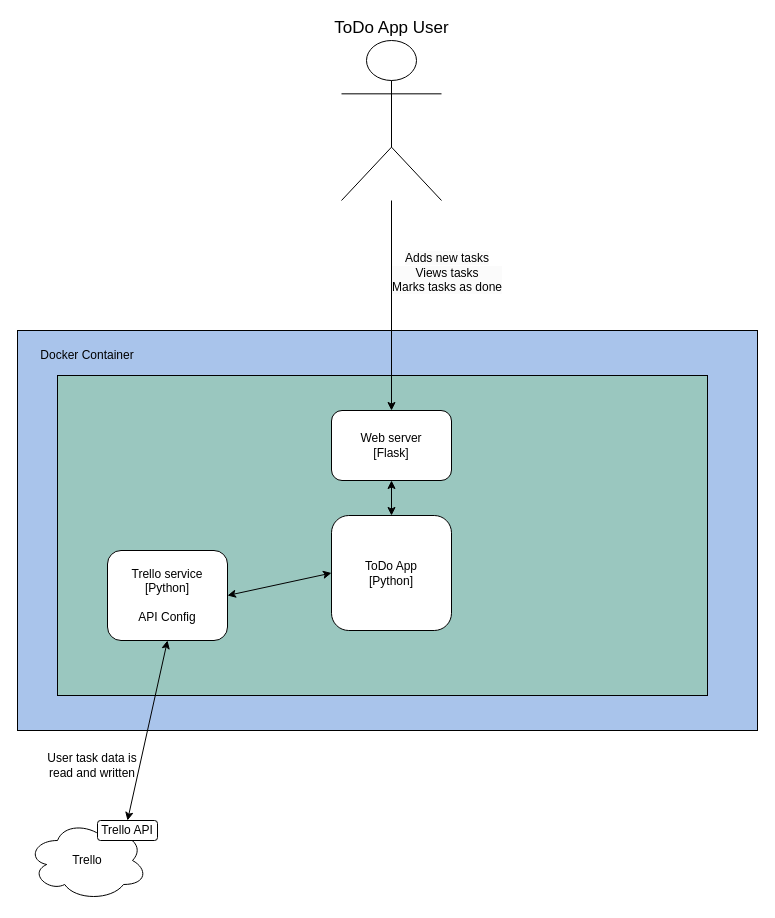
Above: Container Diagram.drawio in AliThomson/DevOps-Course-Starter (draw.io), before the change. Source tidied: cells renumbered, new cells numbered last; positions are measured from the earlier drawing's top-left corner, leaving out a move shared by most shapes. Both pictures are drawn from the tidied source at 100%, with x=0, y=0 at pixel (17, 40).
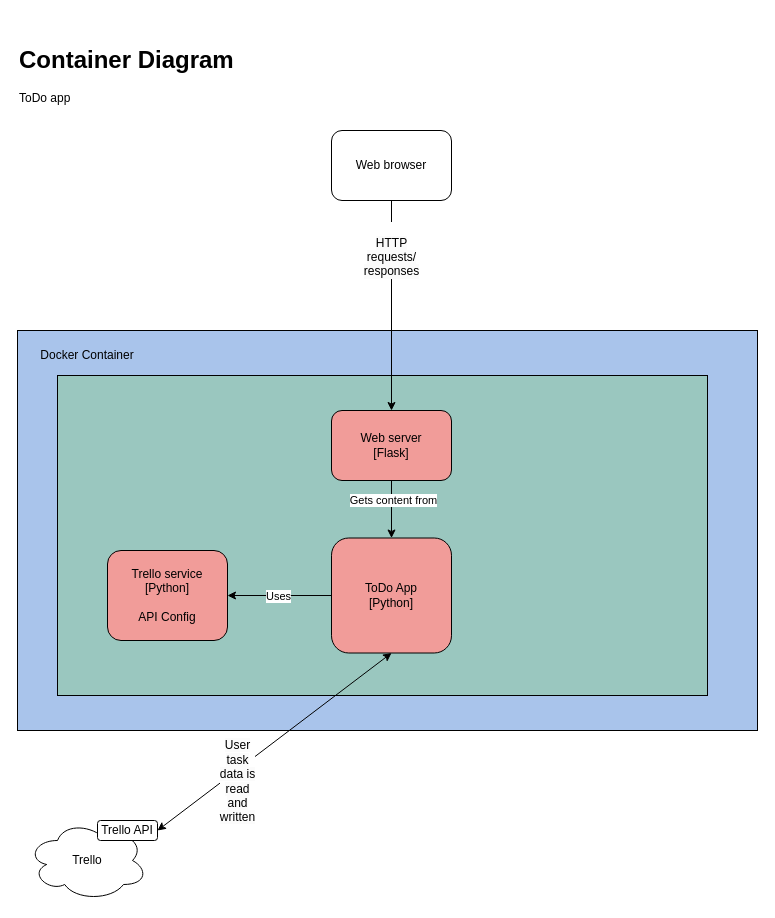
Above is the later version.

Unchanged cells that the change refers to:
```xml
<mxCell id="9" value="Trello API" style="rounded=1;whiteSpace=wrap;html=1;" parent="1" vertex="1">
  <mxGeometry x="80" y="780" width="60" height="20" as="geometry" />
</mxCell>
```

The edit, as a diff of the source:
```diff
@@
-    <mxCell id="4" value="Web server&lt;div&gt;[Flask]&lt;/div&gt;" style="rounded=1;whiteSpace=wrap;html=1;fontSize=12;glass=0;strokeWidth=1;shadow=0;" parent="1" vertex="1">
+    <mxCell id="4" value="Web server&lt;div&gt;[Flask]&lt;/div&gt;" style="rounded=1;whiteSpace=wrap;html=1;fontSize=12;glass=0;strokeWidth=1;shadow=0;fillColor=#F19C99;" parent="1" vertex="1">
       <mxGeometry x="314" y="370" width="120" height="70" as="geometry" />
     </mxCell>
@@
-    <mxCell id="6" value="Trello service&lt;div&gt;[Python]&lt;/div&gt;&lt;div&gt;&lt;br&gt;&lt;/div&gt;&lt;div&gt;API Config&lt;/div&gt;" style="rounded=1;whiteSpace=wrap;html=1;" parent="1" vertex="1">
+    <mxCell id="6" value="Trello service&lt;div&gt;[Python]&lt;/div&gt;&lt;div&gt;&lt;br&gt;&lt;/div&gt;&lt;div&gt;API Config&lt;/div&gt;" style="rounded=1;whiteSpace=wrap;html=1;fillColor=#F19C99;" parent="1" vertex="1">
       <mxGeometry x="90" y="510" width="120" height="90" as="geometry" />
     </mxCell>
-    <mxCell id="7" value="ToDo App User" style="shape=umlActor;verticalLabelPosition=top;verticalAlign=bottom;html=1;outlineConnect=0;fontSize=17;labelPosition=center;align=center;" parent="1" vertex="1">
-      <mxGeometry x="324" width="100" height="160" as="geometry" />
-    </mxCell>
@@
-    <mxCell id="10" style="endArrow=classic;startArrow=classic;html=1;rounded=0;exitX=0.5;exitY=0;exitDx=0;exitDy=0;entryX=0.5;entryY=1;entryDx=0;entryDy=0;" parent="1" edge="1" source="9" target="6">
-      <mxGeometry relative="1" as="geometry" />
-    </mxCell>
-    <mxCell id="11" value="ToDo App&lt;div&gt;[Python]&lt;/div&gt;" style="rounded=1;whiteSpace=wrap;html=1;" parent="1" vertex="1">
-      <mxGeometry x="314" y="475" width="120" height="115" as="geometry" />
+    <mxCell id="11" value="ToDo App&lt;div&gt;[Python]&lt;/div&gt;" style="rounded=1;whiteSpace=wrap;html=1;fillColor=#F19C99;" parent="1" vertex="1">
+      <mxGeometry x="314" y="497.5" width="120" height="115" as="geometry" />
     </mxCell>
-    <mxCell id="12" style="endArrow=classic;startArrow=classic;html=1;rounded=0;exitX=0.5;exitY=0;exitDx=0;exitDy=0;entryX=0.5;entryY=1;entryDx=0;entryDy=0;" parent="1" edge="1" source="11" target="4">
+    <mxCell id="12" style="endArrow=none;startArrow=classic;html=1;rounded=0;exitX=0.5;exitY=0;exitDx=0;exitDy=0;entryX=0.5;entryY=1;entryDx=0;entryDy=0;startFill=1;endFill=0;" parent="1" edge="1" source="11" target="4">
       <mxGeometry relative="1" as="geometry" />
     </mxCell>
+    <mxCell id="17" value="Gets content from" style="edgeLabel;html=1;align=center;verticalAlign=middle;" parent="12" vertex="1">
+      <mxGeometry x="0.31" y="-1" relative="1" as="geometry" />
+    </mxCell>
-    <mxCell id="13" style="endArrow=classic;startArrow=classic;html=1;rounded=0;entryX=1;entryY=0.5;entryDx=0;entryDy=0;exitX=0;exitY=0.5;exitDx=0;exitDy=0;" parent="1" edge="1" source="11" target="6">
+    <mxCell id="13" style="endArrow=classic;startArrow=none;html=1;rounded=0;entryX=1;entryY=0.5;entryDx=0;entryDy=0;exitX=0;exitY=0.5;exitDx=0;exitDy=0;startFill=0;" parent="1" edge="1" source="11" target="6">
       <mxGeometry relative="1" as="geometry" />
     </mxCell>
+    <mxCell id="18" value="Uses" style="edgeLabel;html=1;align=center;verticalAlign=middle;" parent="13" vertex="1">
+      <mxGeometry x="0.04" relative="1" as="geometry" />
+    </mxCell>
-    <mxCell id="14" style="endArrow=classic;html=1;rounded=0;entryX=0.5;entryY=0;entryDx=0;entryDy=0;" parent="1" edge="1" source="7" target="4">
-      <mxGeometry relative="1" as="geometry" />
+    <mxCell id="14" value="&lt;br&gt;&lt;span style=&quot;color: rgb(0, 0, 0); font-family: Helvetica; font-size: 12px; font-style: normal; font-variant-ligatures: normal; font-variant-caps: normal; font-weight: 400; letter-spacing: normal; orphans: 2; text-align: center; text-indent: 0px; text-transform: none; widows: 2; word-spacing: 0px; -webkit-text-stroke-width: 0px; white-space: normal; background-color: rgb(251, 251, 251); text-decoration-thickness: initial; text-decoration-style: initial; text-decoration-color: initial; display: inline !important; float: none;&quot;&gt;HTTP requests/&lt;/span&gt;&lt;div style=&quot;forced-color-adjust: none; color: rgb(0, 0, 0); font-family: Helvetica; font-size: 12px; font-style: normal; font-variant-ligatures: normal; font-variant-caps: normal; font-weight: 400; letter-spacing: normal; orphans: 2; text-align: center; text-indent: 0px; text-transform: none; widows: 2; word-spacing: 0px; -webkit-text-stroke-width: 0px; white-space: normal; background-color: rgb(251, 251, 251); text-decoration-thickness: initial; text-decoration-style: initial; text-decoration-color: initial;&quot;&gt;responses&lt;/div&gt;" style="endArrow=classic;html=1;rounded=0;entryX=0.5;entryY=0;entryDx=0;entryDy=0;" parent="1" edge="1" target="4">
+      <mxGeometry x="-0.52" relative="1" as="geometry">
+        <mxPoint x="374" y="160" as="sourcePoint" />
+      </mxGeometry>
     </mxCell>
-    <mxCell id="15" value="&lt;br&gt;&lt;span style=&quot;forced-color-adjust: none; color: rgb(0, 0, 0); font-family: Helvetica; font-style: normal; font-variant-ligatures: normal; font-variant-caps: normal; font-weight: 400; letter-spacing: normal; orphans: 2; text-align: center; text-indent: 0px; text-transform: none; widows: 2; word-spacing: 0px; -webkit-text-stroke-width: 0px; white-space: normal; text-decoration-thickness: initial; text-decoration-style: initial; text-decoration-color: initial; font-size: 12px; background-color: rgb(251, 251, 251);&quot;&gt;Adds new tasks&lt;/span&gt;&lt;div style=&quot;forced-color-adjust: none; color: rgb(0, 0, 0); font-family: Helvetica; font-style: normal; font-variant-ligatures: normal; font-variant-caps: normal; font-weight: 400; letter-spacing: normal; orphans: 2; text-align: center; text-indent: 0px; text-transform: none; widows: 2; word-spacing: 0px; -webkit-text-stroke-width: 0px; white-space: normal; text-decoration-thickness: initial; text-decoration-style: initial; text-decoration-color: initial; font-size: 12px; background-color: rgb(251, 251, 251);&quot;&gt;Views tasks&lt;br style=&quot;forced-color-adjust: none;&quot;&gt;&lt;div style=&quot;forced-color-adjust: none;&quot;&gt;Marks tasks as done&lt;/div&gt;&lt;/div&gt;" style="text;html=1;align=center;verticalAlign=middle;whiteSpace=wrap;rounded=0;" parent="1" vertex="1">
-      <mxGeometry x="340" y="190" width="180" height="70" as="geometry" />
-    </mxCell>
+    <mxCell id="19" style="endArrow=classic;startArrow=classic;html=1;rounded=0;exitX=1;exitY=0.5;exitDx=0;exitDy=0;entryX=0.5;entryY=1;entryDx=0;entryDy=0;" parent="1" edge="1" source="9" target="11">
+      <mxGeometry relative="1" as="geometry" />
+    </mxCell>
-    <mxCell id="16" value="User task data is read and written" style="text;html=1;align=center;verticalAlign=middle;whiteSpace=wrap;rounded=0;" parent="1" vertex="1">
-      <mxGeometry x="20" y="710" width="110" height="30" as="geometry" />
+    <mxCell id="16" value="&lt;span style=&quot;font-size: 12px; text-wrap: wrap; background-color: rgb(251, 251, 251);&quot;&gt;User task data is read and written&lt;/span&gt;" style="edgeLabel;html=1;align=center;verticalAlign=middle;" parent="19" vertex="1">
+      <mxGeometry x="0.07" relative="1" as="geometry">
+        <mxPoint x="-46" y="45" as="offset" />
+      </mxGeometry>
     </mxCell>
+    <mxCell id="20" value="&lt;h1 style=&quot;margin-top: 0px;&quot;&gt;Container Diagram&lt;/h1&gt;&lt;div&gt;ToDo app&lt;/div&gt;" style="text;html=1;whiteSpace=wrap;overflow=hidden;rounded=0;" parent="1" vertex="1">
+      <mxGeometry y="-1" width="230" height="80" as="geometry" />
+    </mxCell>
+    <mxCell id="21" value="Web browser" style="rounded=1;whiteSpace=wrap;html=1;fontSize=12;glass=0;strokeWidth=1;shadow=0;" parent="1" vertex="1">
+      <mxGeometry x="314" y="90" width="120" height="70" as="geometry" />
+    </mxCell>
```
